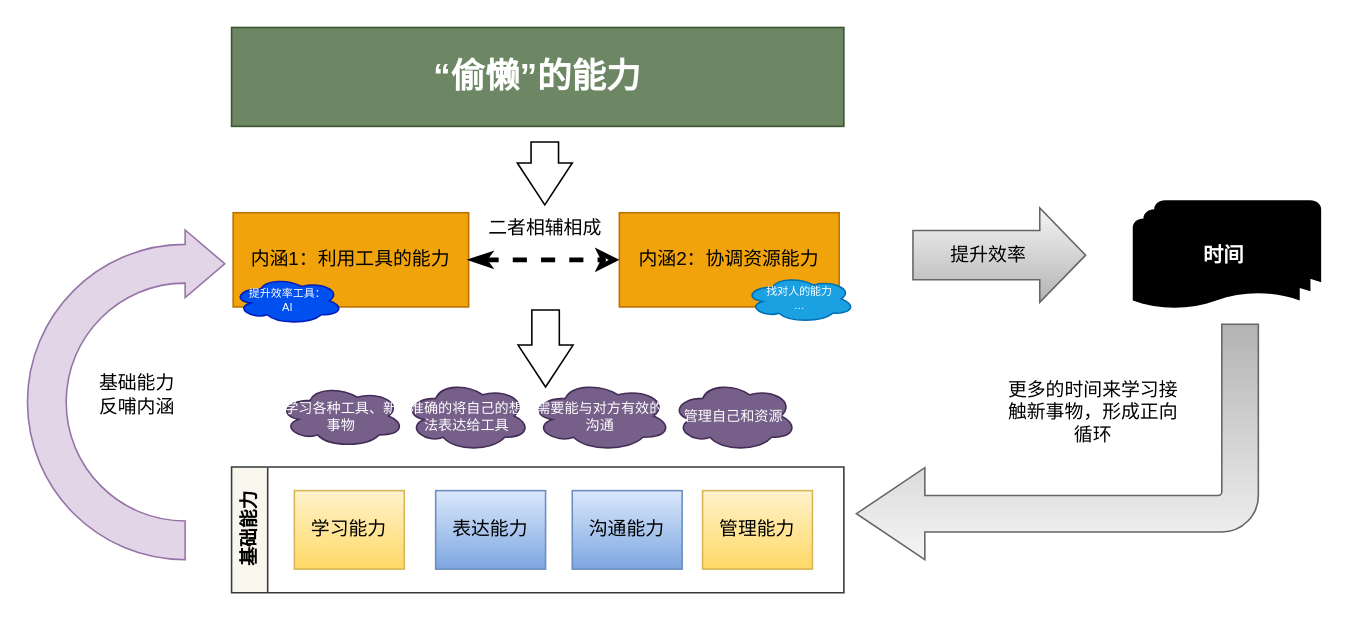
Before: 会议.drawio in cwsheng/drawingio, a draw.io diagram. Source tidied: cells renumbered, new cells numbered last; positions are measured from the earlier drawing's top-left corner, leaving out a move shared by most shapes. Both pictures are drawn from the tidied source at 157%, with x=0, y=0 at pixel (27, 27).
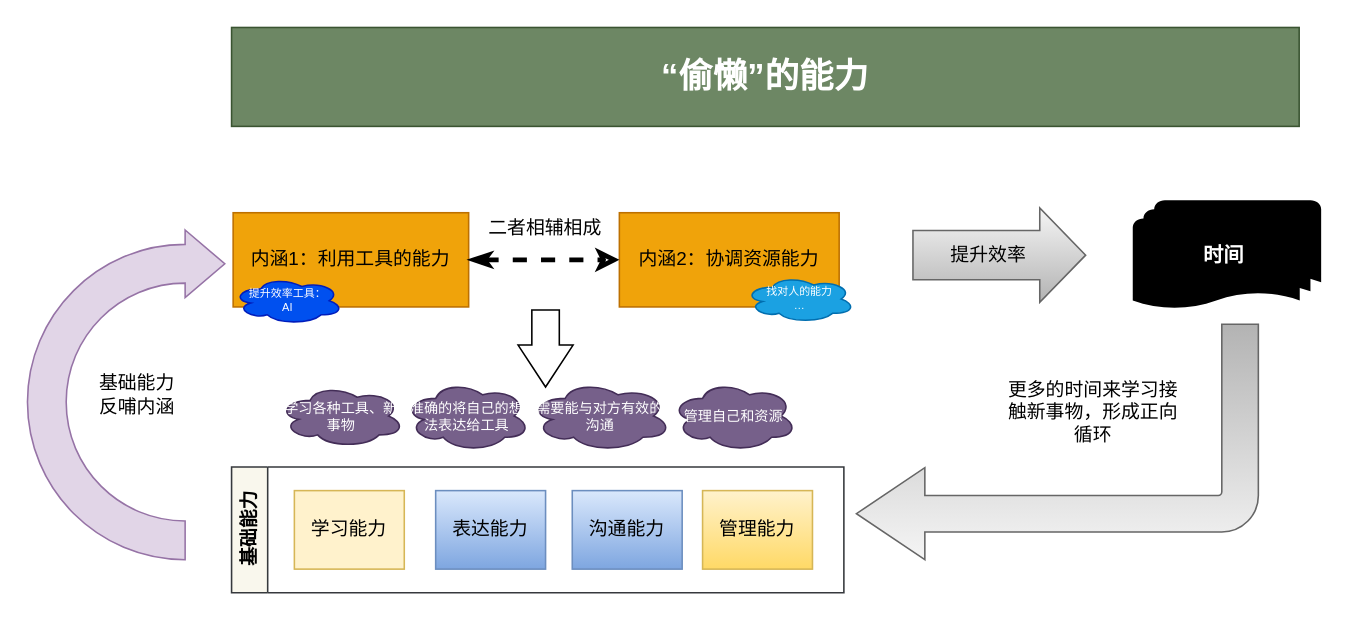
The same diagram, later.

Unchanged cells that the change refers to:
```xml
<mxCell id="9" style="group;" parent="1" vertex="1">
  <mxGeometry x="140" y="280" width="380" height="80" as="geometry" />
</mxCell>
<mxCell id="11" value="基础能力" style="swimlane;horizontal=0;whiteSpace=wrap;html=1;fillColor=#f9f7ed;strokeColor=#36393d;" parent="9" vertex="1">
  <mxGeometry x="-10" width="390" height="80" as="geometry" />
</mxCell>
```

What changed in the source:
```diff
@@
     <mxCell id="2" value="“偷懒”的能力" style="rounded=0;whiteSpace=wrap;html=1;fillColor=#6d8764;fontColor=#ffffff;strokeColor=#3A5431;fontStyle=1;fontSize=22;" parent="1" vertex="1">
-      <mxGeometry x="130" width="390" height="63" as="geometry" />
+      <mxGeometry x="130" width="680" height="63" as="geometry" />
     </mxCell>
@@
-    <mxCell id="10" value="学习能力" style="rounded=0;whiteSpace=wrap;html=1;fillColor=#fff2cc;gradientColor=#ffd966;strokeColor=#d6b656;" parent="9" vertex="1">
-      <mxGeometry x="30" y="15" width="70" height="50" as="geometry" />
-    </mxCell>
@@
+    <mxCell id="10" value="学习能力" style="rounded=0;whiteSpace=wrap;html=1;fillColor=#fff2cc;gradientColor=none;strokeColor=#d6b656;" parent="11" vertex="1">
+      <mxGeometry x="40" y="15" width="70" height="50" as="geometry" />
+    </mxCell>
@@
-    <mxCell id="16" style="html=1;shadow=0;dashed=0;align=center;verticalAlign=middle;shape=mxgraph.arrows2.arrow;dy=0.5;dx=26.71;direction=south;notch=0;" parent="1" vertex="1">
-      <mxGeometry x="312" y="73" width="35" height="40" as="geometry" />
-    </mxCell>
```
